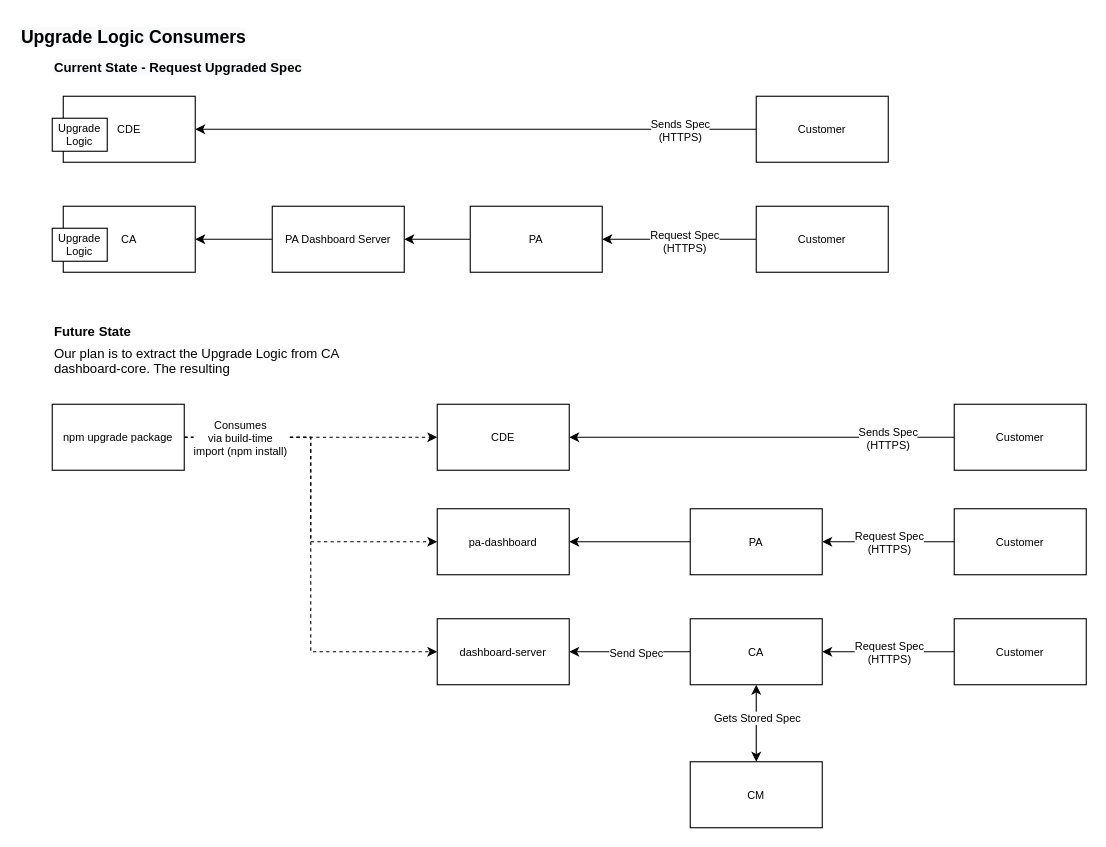
The draw.io diagram Untitled Diagram.drawio in charbel14/OAuthDemo, before the edit. Source tidied: cells renumbered, new cells numbered last; positions are measured from the earlier drawing's top-left corner, leaving out a move shared by most shapes. Both pictures are drawn from the tidied source at 110%, with x=0, y=0 at pixel (19, 19).
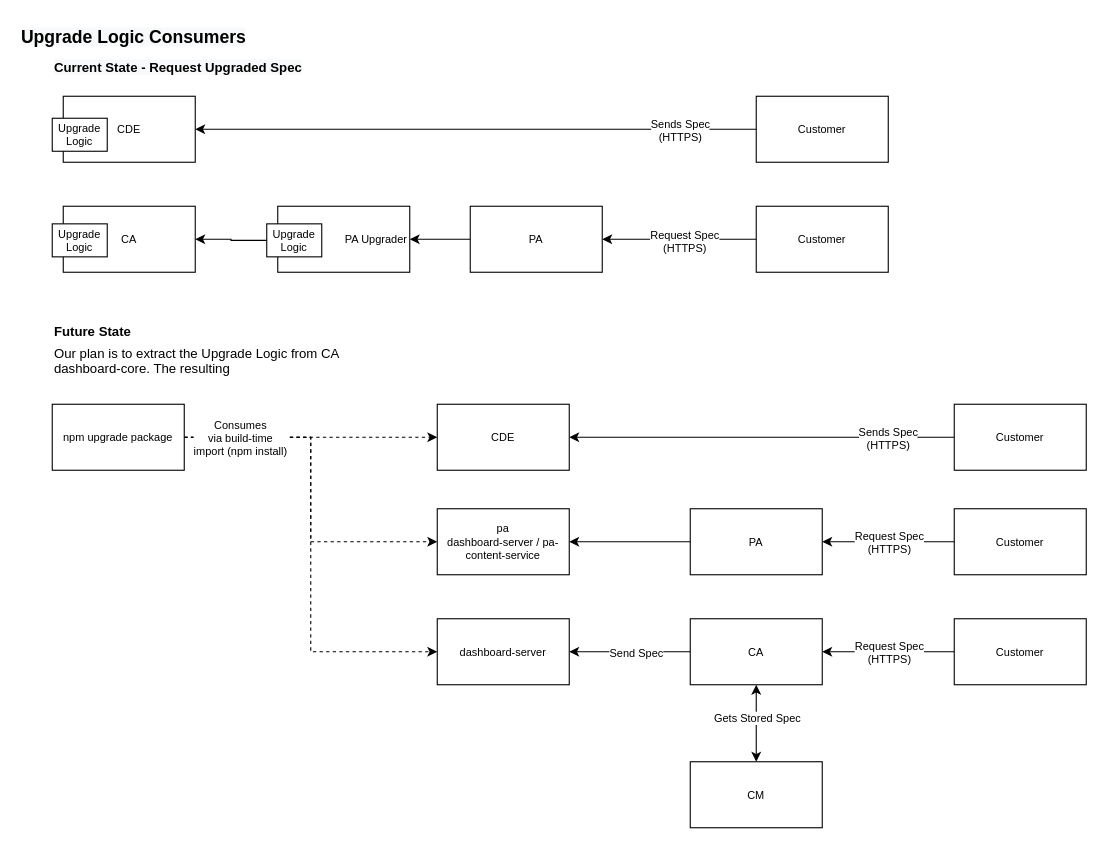
The same diagram, later.

Unchanged cells that the change refers to:
```xml
<mxCell id="18" value="CA" style="rounded=0;whiteSpace=wrap;html=1;fontSize=10;" parent="1" vertex="1">
  <mxGeometry x="40" y="170" width="120" height="60" as="geometry" />
</mxCell>
<mxCell id="21" value="PA" style="rounded=0;whiteSpace=wrap;html=1;fontSize=10;" parent="1" vertex="1">
  <mxGeometry x="410" y="170" width="120" height="60" as="geometry" />
</mxCell>
```

What changed in the source:
```diff
@@
-    <mxCell id="19" style="edgeStyle=orthogonalEdgeStyle;rounded=0;jettySize=auto;html=1;startArrow=none;startFill=0;fontSize=10;" parent="1" edge="1" source="33" target="18">
+    <mxCell id="19" style="edgeStyle=orthogonalEdgeStyle;rounded=0;jettySize=auto;html=1;startArrow=none;startFill=0;fontSize=10;exitX=0;exitY=0.5;exitDx=0;exitDy=0;" parent="1" edge="1" source="46" target="18">
       <mxGeometry relative="1" as="geometry" />
     </mxCell>
-    <mxCell id="20" style="edgeStyle=orthogonalEdgeStyle;rounded=0;jettySize=auto;html=1;exitX=0;exitY=0.5;exitDx=0;exitDy=0;startArrow=none;startFill=0;fontSize=10;" parent="1" edge="1" source="21" target="33">
+    <mxCell id="20" style="edgeStyle=orthogonalEdgeStyle;rounded=0;jettySize=auto;html=1;exitX=0;exitY=0.5;exitDx=0;exitDy=0;startArrow=none;startFill=0;fontSize=10;entryX=1;entryY=0.5;entryDx=0;entryDy=0;" parent="1" edge="1" source="21" target="45">
       <mxGeometry relative="1" as="geometry" />
     </mxCell>
@@
     <mxCell id="22" value="Upgrade Logic" style="rounded=0;whiteSpace=wrap;html=1;fontSize=10;" parent="1" vertex="1">
-      <mxGeometry x="30" y="190" width="50" height="30" as="geometry" />
+      <mxGeometry x="30" y="186" width="50" height="30" as="geometry" />
     </mxCell>
@@
-    <mxCell id="33" value="PA Dashboard Server" style="rounded=0;whiteSpace=wrap;html=1;fontSize=10;" parent="1" vertex="1">
-      <mxGeometry x="230" y="170" width="120" height="60" as="geometry" />
-    </mxCell>
@@
-    <mxCell id="39" value="pa-dashboard" style="rounded=0;whiteSpace=wrap;html=1;fontSize=10;" parent="1" vertex="1">
+    <mxCell id="39" value="pa&lt;br&gt;dashboard-server / pa-content-service" style="rounded=0;whiteSpace=wrap;html=1;fontSize=10;" parent="1" vertex="1">
       <mxGeometry x="380" y="445" width="120" height="60" as="geometry" />
     </mxCell>
@@
+    <mxCell id="45" value="PA Upgrader" style="rounded=0;whiteSpace=wrap;html=1;fontSize=10;align=right;" parent="1" vertex="1">
+      <mxGeometry x="235" y="170" width="120" height="60" as="geometry" />
+    </mxCell>
+    <mxCell id="46" value="Upgrade Logic" style="rounded=0;whiteSpace=wrap;html=1;fontSize=10;" parent="1" vertex="1">
+      <mxGeometry x="225" y="186" width="50" height="30" as="geometry" />
+    </mxCell>
```
